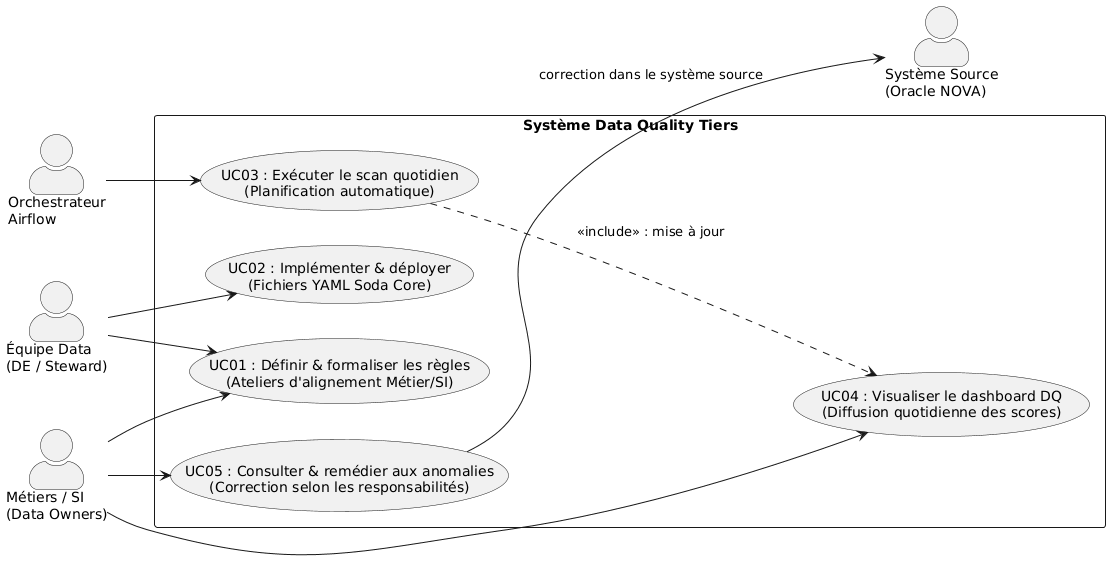
SaadBenth7o/PFE_RAPPORT keeps this PlantUML diagram as Rapport_Stage/figures/usecaseGeneral.png. Above is the earlier version. The source it was exported from:
```plantuml
@startuml
left to right direction
skinparam packageStyle rectangle
skinparam actorStyle awesome
skinparam shadowing false
skinparam roundcorner 5

actor "Équipe Data\n(DE / Steward)" as data_team
actor "Métiers / SI\n(Data Owners)" as business
actor "Orchestrateur\nAirflow" as airflow
actor "Système Source\n(Oracle NOVA)" as nova

rectangle "Système Data Quality Tiers" {
  usecase "UC01 : Définir & formaliser les règles\n(Ateliers d'alignement Métier/SI)" as UC01
  usecase "UC02 : Implémenter & déployer\n(Fichiers YAML Soda Core)" as UC02
  usecase "UC03 : Exécuter le scan quotidien\n(Planification automatique)" as UC03
  usecase "UC04 : Visualiser le dashboard DQ\n(Diffusion quotidienne des scores)" as UC04
  usecase "UC05 : Consulter & remédier aux anomalies\n(Correction selon les responsabilités)" as UC05
}

business --> UC01
data_team --> UC01
data_team --> UC02

airflow --> UC03

business --> UC04
business --> UC05

UC03 ..> UC04 : <<include>> : mise à jour
UC05 --> nova : correction dans le système source
@enduml
```
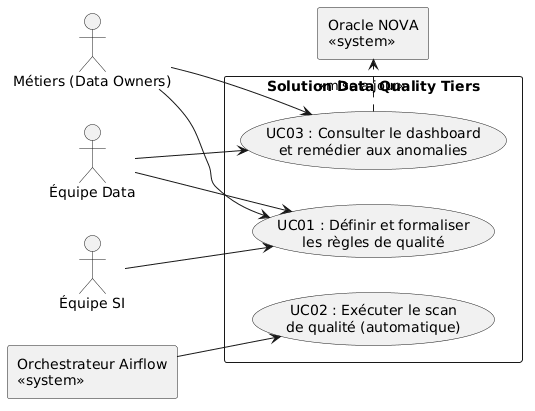
Above is the later version.

Commit message:
docs: actually replace usecaseGeneral.png

The edit, as a diff of the source:
```diff
@@ -1,32 +1,28 @@
 @startuml
 left to right direction
 skinparam packageStyle rectangle
-skinparam actorStyle awesome
-skinparam shadowing false
-skinparam roundcorner 5
 
-actor "Équipe Data\n(DE / Steward)" as data_team
-actor "Métiers / SI\n(Data Owners)" as business
-actor "Orchestrateur\nAirflow" as airflow
-actor "Système Source\n(Oracle NOVA)" as nova
+actor "Équipe Data" as Data
+actor "Métiers (Data Owners)" as Business
+actor "Équipe SI" as SI
 
-rectangle "Système Data Quality Tiers" {
-  usecase "UC01 : Définir & formaliser les règles\n(Ateliers d'alignement Métier/SI)" as UC01
-  usecase "UC02 : Implémenter & déployer\n(Fichiers YAML Soda Core)" as UC02
-  usecase "UC03 : Exécuter le scan quotidien\n(Planification automatique)" as UC03
-  usecase "UC04 : Visualiser le dashboard DQ\n(Diffusion quotidienne des scores)" as UC04
-  usecase "UC05 : Consulter & remédier aux anomalies\n(Correction selon les responsabilités)" as UC05
+rectangle "Orchestrateur Airflow\n<<system>>" as Airflow
+rectangle "Oracle NOVA\n<<system>>" as Nova
+
+rectangle "Solution Data Quality Tiers" {
+  usecase "UC01 : Définir et formaliser\nles règles de qualité" as UC1
+  usecase "UC02 : Exécuter le scan\nde qualité (automatique)" as UC2
+  usecase "UC03 : Consulter le dashboard\net remédier aux anomalies" as UC3
 }
 
-business --> UC01
-data_team --> UC01
-data_team --> UC02
+Data --> UC1
+Business --> UC1
+SI --> UC1
 
-airflow --> UC03
+Airflow --> UC2
 
-business --> UC04
-business --> UC05
+Business --> UC3
+Data --> UC3
+UC3 .> Nova : <<mise a jour>>
 
-UC03 ..> UC04 : <<include>> : mise à jour
-UC05 --> nova : correction dans le système source
 @enduml
```
